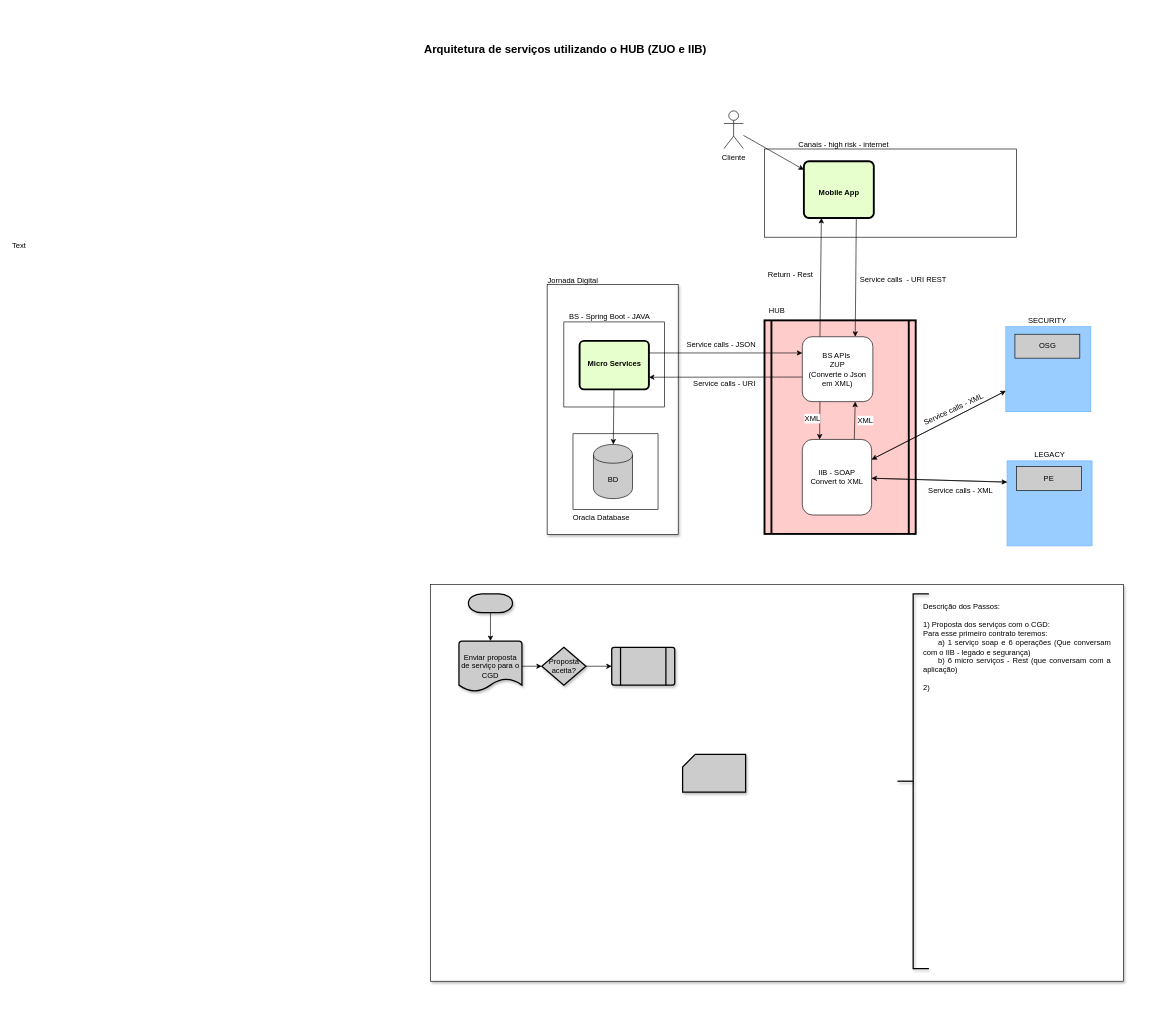
The draw.io diagram Untitled Diagram.drawio in lucypbraz/Projects, before the edit. Source tidied: cells renumbered, new cells numbered last; positions are measured from the earlier drawing's top-left corner, leaving out a move shared by most shapes. Both pictures are drawn from the tidied source at 63%, with x=0, y=0 at pixel (11, 17).
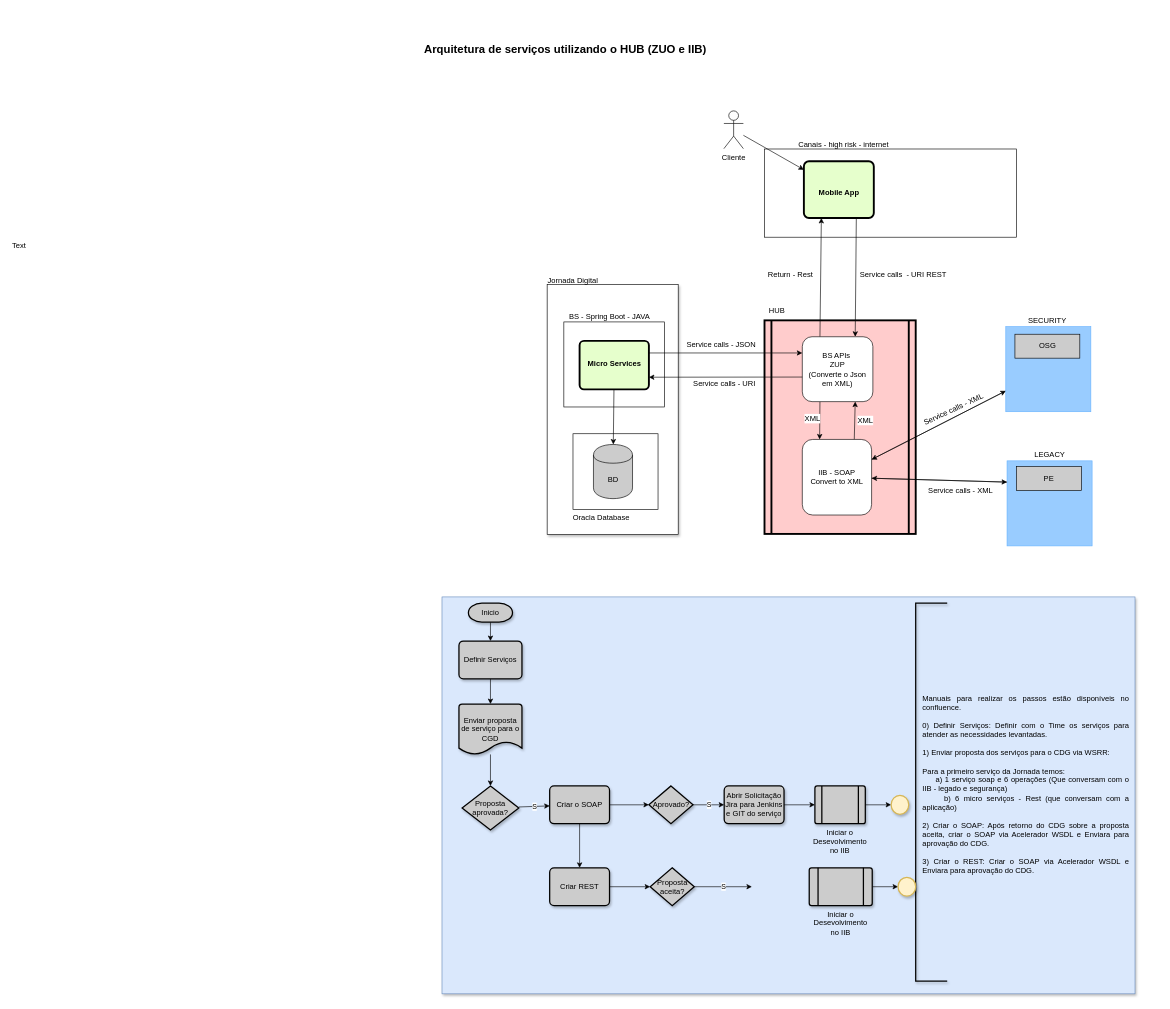
The same page after the edit.

Unchanged cells that the change refers to:
```xml
<mxCell id="8" style="edgeStyle=none;rounded=0;jettySize=auto;html=1;entryX=0.75;entryY=0;entryDx=0;entryDy=0;exitX=0.75;exitY=1;exitDx=0;exitDy=0;" parent="1" edge="1" source="10" target="18">
  <mxGeometry relative="1" as="geometry" />
</mxCell>
```

What changed in the source:
```diff
@@
-    <mxCell id="2" style="rounded=0;whiteSpace=wrap;html=1;shadow=1;" parent="1" vertex="1">
-      <mxGeometry x="666" y="900" width="1100" height="630" as="geometry" />
+    <mxCell id="2" style="rounded=0;whiteSpace=wrap;html=1;shadow=1;fillColor=#dae8fc;strokeColor=#6c8ebf;" parent="1" vertex="1">
+      <mxGeometry x="684.1" y="920" width="1100" height="630" as="geometry" />
     </mxCell>
@@
     <mxCell id="9" value="Service calls&amp;nbsp; -&amp;nbsp;&lt;span&gt;URI REST&lt;/span&gt;" style="text;html=1;align=center;verticalAlign=middle;labelBackgroundColor=#ffffff;" parent="8" vertex="1">
       <mxGeometry x="-0.12" y="2" relative="1" as="geometry">
-        <mxPoint x="72.5" y="13.5" as="offset" />
+        <mxPoint x="73" y="6" as="offset" />
       </mxGeometry>
     </mxCell>
@@
-    <mxCell id="48" value="&lt;div style=&quot;text-align: justify&quot;&gt;&lt;span&gt;Descrição dos Passos:&lt;/span&gt;&lt;/div&gt;&lt;div style=&quot;text-align: justify&quot;&gt;&lt;span style=&quot;font-size: 12px&quot;&gt;&lt;br&gt;&lt;/span&gt;&lt;/div&gt;&lt;div style=&quot;text-align: justify&quot;&gt;&lt;span&gt;1) Proposta dos serviços com o CGD:&lt;/span&gt;&lt;/div&gt;&lt;div style=&quot;text-align: justify&quot;&gt;&lt;span&gt;Para esse primeiro contrato teremos:&lt;/span&gt;&lt;/div&gt;&lt;div style=&quot;text-align: justify&quot;&gt;&lt;span&gt;&amp;nbsp; &amp;nbsp; &amp;nbsp;a) 1 serviço soap e 6 operações (Que conversam com o IIB - legado e segurança)&lt;/span&gt;&lt;/div&gt;&lt;div style=&quot;text-align: justify&quot;&gt;&lt;span&gt;&amp;nbsp; &amp;nbsp; &amp;nbsp;b) 6 micro serviços - Rest (que conversam com a aplicação)&lt;/span&gt;&lt;/div&gt;&lt;div style=&quot;text-align: justify&quot;&gt;&lt;span&gt;&lt;br&gt;&lt;/span&gt;&lt;/div&gt;&lt;div style=&quot;text-align: justify&quot;&gt;&lt;span&gt;2)&amp;nbsp;&lt;/span&gt;&lt;/div&gt;" style="text;html=1;strokeColor=none;fillColor=none;align=center;verticalAlign=middle;whiteSpace=wrap;rounded=0;shadow=1;" parent="1" vertex="1">
-      <mxGeometry x="1447" y="990" width="300" height="20" as="geometry" />
+    <mxCell id="48" value="&lt;div style=&quot;text-align: justify&quot;&gt;Manuais para realizar os passos estão disponíveis no confluence.&lt;/div&gt;&lt;div style=&quot;text-align: justify&quot;&gt;&lt;br&gt;&lt;/div&gt;&lt;div style=&quot;text-align: justify&quot;&gt;0) Definir Serviços: Definir com o Time os serviços para atender as necessidades levantadas.&lt;/div&gt;&lt;div style=&quot;text-align: justify&quot;&gt;&lt;br&gt;&lt;/div&gt;&lt;div style=&quot;text-align: justify&quot;&gt;&lt;span&gt;1) Enviar proposta dos serviços para o CDG via WSRR:&lt;/span&gt;&lt;br&gt;&lt;/div&gt;&lt;div style=&quot;text-align: justify&quot;&gt;&lt;span&gt;&lt;br&gt;&lt;/span&gt;&lt;/div&gt;&lt;div style=&quot;text-align: justify&quot;&gt;&lt;span&gt;Para a primeiro serviço da Jornada temos:&amp;nbsp;&lt;/span&gt;&lt;/div&gt;&lt;div style=&quot;text-align: justify&quot;&gt;&lt;span&gt;&amp;nbsp; &amp;nbsp; &amp;nbsp;a) 1 serviço soap e 6 operações (Que conversam com o IIB - legado e segurança)&lt;/span&gt;&lt;/div&gt;&lt;div style=&quot;text-align: justify&quot;&gt;&lt;span&gt;&amp;nbsp; &amp;nbsp; &amp;nbsp;b) 6 micro serviços - Rest (que conversam com a aplicação)&lt;/span&gt;&lt;/div&gt;&lt;div style=&quot;text-align: justify&quot;&gt;&lt;span&gt;&lt;br&gt;&lt;/span&gt;&lt;/div&gt;&lt;div style=&quot;text-align: justify&quot;&gt;&lt;span&gt;2) Criar o SOAP: Após retorno do CDG sobre a proposta aceita, criar o SOAP via Acelerador WSDL e Enviara para aprovação do CDG.&lt;/span&gt;&lt;/div&gt;&lt;div style=&quot;text-align: justify&quot;&gt;&lt;span&gt;&lt;br&gt;&lt;/span&gt;&lt;/div&gt;&lt;div style=&quot;text-align: justify&quot;&gt;3) Criar o REST: Criar o SOAP via Acelerador WSDL e Enviara para aprovação do CDG.&lt;span&gt;&lt;br&gt;&lt;/span&gt;&lt;/div&gt;&lt;div style=&quot;text-align: justify&quot;&gt;&lt;br&gt;&lt;/div&gt;" style="text;html=1;strokeColor=none;fillColor=none;align=center;verticalAlign=middle;whiteSpace=wrap;rounded=0;shadow=1;" parent="1" vertex="1">
+      <mxGeometry x="1446" y="950" width="330" height="550" as="geometry" />
     </mxCell>
-    <mxCell id="49" style="edgeStyle=none;rounded=0;jettySize=auto;html=1;" parent="1" edge="1" source="50" target="52">
-      <mxGeometry relative="1" as="geometry" />
-    </mxCell>
+    <mxCell id="58" style="edgeStyle=none;rounded=0;jettySize=auto;html=1;" parent="1" edge="1" source="50" target="61">
+      <mxGeometry relative="1" as="geometry" />
+    </mxCell>
-    <mxCell id="50" style="strokeWidth=2;html=1;shape=mxgraph.flowchart.terminator;whiteSpace=wrap;shadow=1;fillColor=#CCCCCC;" parent="1" vertex="1">
-      <mxGeometry x="726" y="915" width="70" height="30" as="geometry" />
+    <mxCell id="50" value="Inicio" style="strokeWidth=2;html=1;shape=mxgraph.flowchart.terminator;whiteSpace=wrap;shadow=1;fillColor=#CCCCCC;" parent="1" vertex="1">
+      <mxGeometry x="726" y="930" width="70" height="30" as="geometry" />
     </mxCell>
@@
     <mxCell id="52" value="Enviar proposta de serviço para o CGD" style="strokeWidth=2;html=1;shape=mxgraph.flowchart.document2;whiteSpace=wrap;size=0.25;shadow=1;fillColor=#CCCCCC;" parent="1" vertex="1">
-      <mxGeometry x="711" y="990" width="100" height="80" as="geometry" />
+      <mxGeometry x="711" y="1090" width="100" height="80" as="geometry" />
     </mxCell>
-    <mxCell id="53" style="verticalLabelPosition=bottom;verticalAlign=top;html=1;strokeWidth=2;shape=process;whiteSpace=wrap;rounded=1;size=0.14;arcSize=6;shadow=1;fillColor=#CCCCCC;" parent="1" vertex="1">
-      <mxGeometry x="953.5" y="1000" width="100" height="60" as="geometry" />
-    </mxCell>
-    <mxCell id="54" style="edgeStyle=none;rounded=0;jettySize=auto;html=1;" parent="1" edge="1" source="55" target="53">
-      <mxGeometry relative="1" as="geometry" />
-    </mxCell>
+    <mxCell id="59" value="S" style="edgeStyle=none;rounded=0;jettySize=auto;html=1;" parent="1" edge="1" source="55" target="64">
+      <mxGeometry relative="1" as="geometry" />
+    </mxCell>
-    <mxCell id="55" value="Proposta aceita?" style="strokeWidth=2;html=1;shape=mxgraph.flowchart.decision;whiteSpace=wrap;shadow=1;fillColor=#CCCCCC;" parent="1" vertex="1">
-      <mxGeometry x="842.5" y="1000" width="70" height="60" as="geometry" />
+    <mxCell id="55" value="Proposta aprovada?" style="strokeWidth=2;html=1;shape=mxgraph.flowchart.decision;whiteSpace=wrap;shadow=1;fillColor=#CCCCCC;" parent="1" vertex="1">
+      <mxGeometry x="716" y="1220" width="90" height="70" as="geometry" />
     </mxCell>
-    <mxCell id="56" style="strokeWidth=2;html=1;shape=mxgraph.flowchart.annotation_2;align=left;shadow=1;fillColor=#CCCCCC;" parent="1" vertex="1">
-      <mxGeometry x="1407" y="915" width="50" height="595" as="geometry" />
-    </mxCell>
-    <mxCell id="57" style="verticalLabelPosition=bottom;verticalAlign=top;html=1;strokeWidth=2;shape=card;whiteSpace=wrap;size=20;arcSize=12;shadow=1;fillColor=#CCCCCC;" parent="1" vertex="1">
-      <mxGeometry x="1066" y="1170" width="100" height="60" as="geometry" />
-    </mxCell>
+    <mxCell id="60" style="edgeStyle=none;rounded=0;jettySize=auto;html=1;" parent="1" edge="1" source="61" target="52">
+      <mxGeometry relative="1" as="geometry" />
+    </mxCell>
+    <mxCell id="61" value="Definir Serviços" style="rounded=1;whiteSpace=wrap;html=1;absoluteArcSize=1;arcSize=14;strokeWidth=2;shadow=1;fillColor=#CCCCCC;" parent="1" vertex="1">
+      <mxGeometry x="711" y="990" width="100" height="60" as="geometry" />
+    </mxCell>
+    <mxCell id="62" style="edgeStyle=none;rounded=0;jettySize=auto;html=1;" parent="1" edge="1" source="64" target="66">
+      <mxGeometry relative="1" as="geometry" />
+    </mxCell>
+    <mxCell id="63" style="edgeStyle=none;rounded=0;jettySize=auto;html=1;" parent="1" edge="1" source="64" target="71">
+      <mxGeometry relative="1" as="geometry" />
+    </mxCell>
+    <mxCell id="64" value="Criar o SOAP" style="rounded=1;whiteSpace=wrap;html=1;absoluteArcSize=1;arcSize=14;strokeWidth=2;shadow=1;fillColor=#CCCCCC;" parent="1" vertex="1">
+      <mxGeometry x="855" y="1220" width="95" height="60" as="geometry" />
+    </mxCell>
+    <mxCell id="65" style="edgeStyle=none;rounded=0;jettySize=auto;html=1;" parent="1" edge="1" source="66" target="76">
+      <mxGeometry relative="1" as="geometry" />
+    </mxCell>
+    <mxCell id="66" value="Criar REST" style="rounded=1;whiteSpace=wrap;html=1;absoluteArcSize=1;arcSize=14;strokeWidth=2;shadow=1;fillColor=#CCCCCC;" parent="1" vertex="1">
+      <mxGeometry x="855" y="1350" width="95" height="60" as="geometry" />
+    </mxCell>
+    <mxCell id="67" style="strokeWidth=2;html=1;shape=mxgraph.flowchart.annotation_1;align=left;shadow=1;fillColor=#CCCCCC;" parent="1" vertex="1">
+      <mxGeometry x="1436" y="930" width="50" height="600" as="geometry" />
+    </mxCell>
+    <mxCell id="68" style="edgeStyle=none;rounded=0;jettySize=auto;html=1;" parent="1" edge="1" source="69" target="72">
+      <mxGeometry relative="1" as="geometry" />
+    </mxCell>
+    <mxCell id="69" value="Iniciar o Desevolvimento no IIB" style="verticalLabelPosition=bottom;verticalAlign=top;html=1;strokeWidth=2;shape=process;whiteSpace=wrap;rounded=1;size=0.14;arcSize=6;shadow=1;fillColor=#CCCCCC;" parent="1" vertex="1">
+      <mxGeometry x="1276" y="1220" width="80" height="60" as="geometry" />
+    </mxCell>
+    <mxCell id="70" value="S" style="edgeStyle=none;rounded=0;jettySize=auto;html=1;" parent="1" edge="1" source="71" target="79">
+      <mxGeometry relative="1" as="geometry" />
+    </mxCell>
+    <mxCell id="71" value="Aprovado?" style="strokeWidth=2;html=1;shape=mxgraph.flowchart.decision;whiteSpace=wrap;shadow=1;fillColor=#CCCCCC;" parent="1" vertex="1">
+      <mxGeometry x="1012.5" y="1220" width="70" height="60" as="geometry" />
+    </mxCell>
+    <mxCell id="72" style="verticalLabelPosition=bottom;verticalAlign=top;html=1;strokeWidth=2;shape=mxgraph.flowchart.on-page_reference;shadow=1;fillColor=#fff2cc;strokeColor=#d6b656;" parent="1" vertex="1">
+      <mxGeometry x="1397" y="1235" width="28" height="30" as="geometry" />
+    </mxCell>
+    <mxCell id="73" style="edgeStyle=none;rounded=0;jettySize=auto;html=1;" parent="1" edge="1" source="74" target="77">
+      <mxGeometry relative="1" as="geometry" />
+    </mxCell>
+    <mxCell id="74" value="Iniciar o Desevolvimento no IIB" style="verticalLabelPosition=bottom;verticalAlign=top;html=1;strokeWidth=2;shape=process;whiteSpace=wrap;rounded=1;size=0.14;arcSize=6;shadow=1;fillColor=#CCCCCC;" parent="1" vertex="1">
+      <mxGeometry x="1267" y="1350" width="100" height="60" as="geometry" />
+    </mxCell>
+    <mxCell id="75" value="S" style="edgeStyle=none;rounded=0;jettySize=auto;html=1;" parent="1" edge="1" source="76">
+      <mxGeometry relative="1" as="geometry">
+        <mxPoint x="1176" y="1380" as="targetPoint" />
+      </mxGeometry>
+    </mxCell>
+    <mxCell id="76" value="Proposta aceita?" style="strokeWidth=2;html=1;shape=mxgraph.flowchart.decision;whiteSpace=wrap;shadow=1;fillColor=#CCCCCC;" parent="1" vertex="1">
+      <mxGeometry x="1014.5" y="1350" width="70" height="60" as="geometry" />
+    </mxCell>
+    <mxCell id="77" style="verticalLabelPosition=bottom;verticalAlign=top;html=1;strokeWidth=2;shape=mxgraph.flowchart.on-page_reference;shadow=1;fillColor=#fff2cc;strokeColor=#d6b656;" parent="1" vertex="1">
+      <mxGeometry x="1408" y="1365" width="28" height="30" as="geometry" />
+    </mxCell>
+    <mxCell id="78" style="edgeStyle=none;rounded=0;jettySize=auto;html=1;" parent="1" edge="1" source="79" target="69">
+      <mxGeometry relative="1" as="geometry" />
+    </mxCell>
+    <mxCell id="79" value="Abrir Solicitação Jira para Jenkins e GIT do serviço" style="rounded=1;whiteSpace=wrap;html=1;absoluteArcSize=1;arcSize=14;strokeWidth=2;shadow=1;fillColor=#CCCCCC;" parent="1" vertex="1">
+      <mxGeometry x="1132" y="1220" width="95" height="60" as="geometry" />
+    </mxCell>
```
